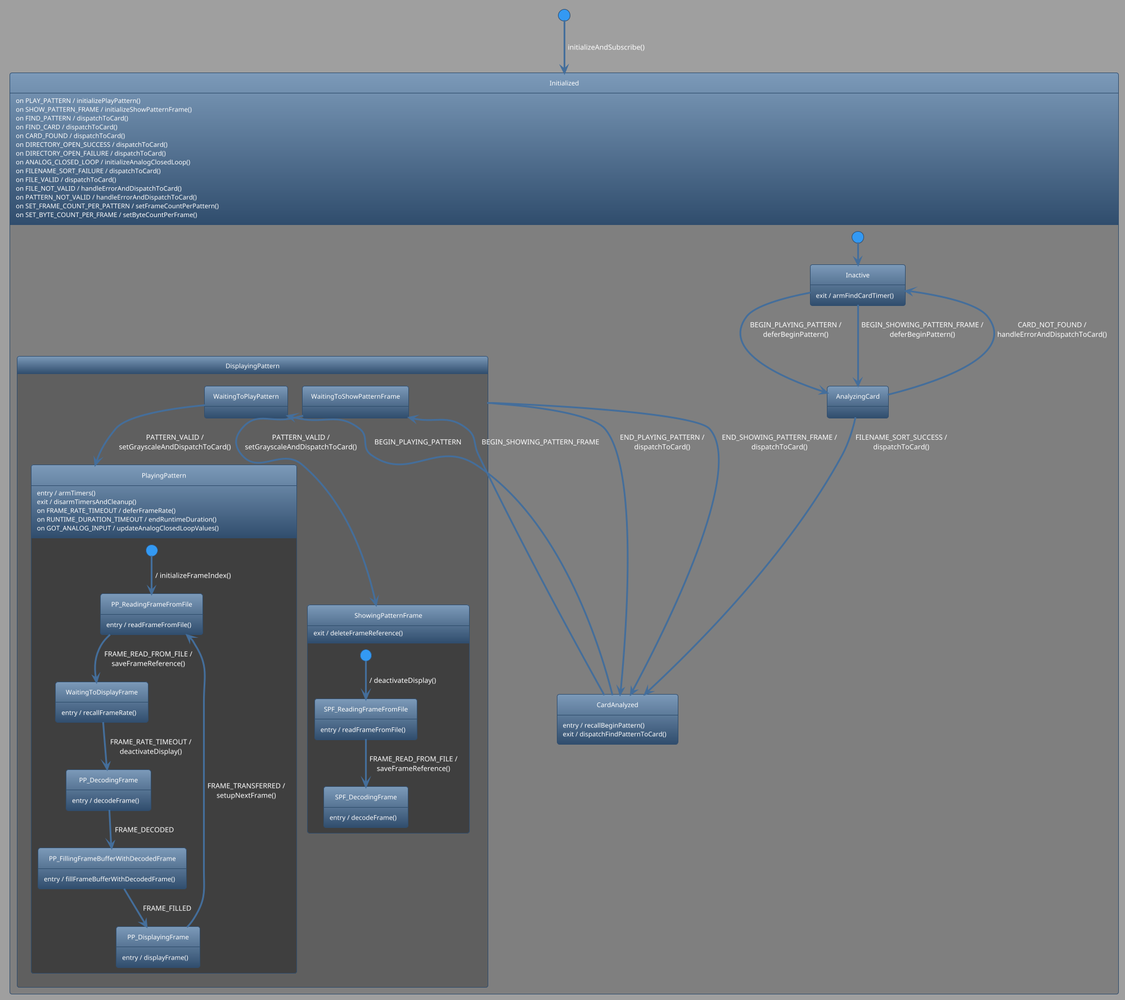
janelia-arduino/ArenaController keeps this PlantUML diagram as documentation/images/state-diagram-pattern.png. Above is the earlier version.
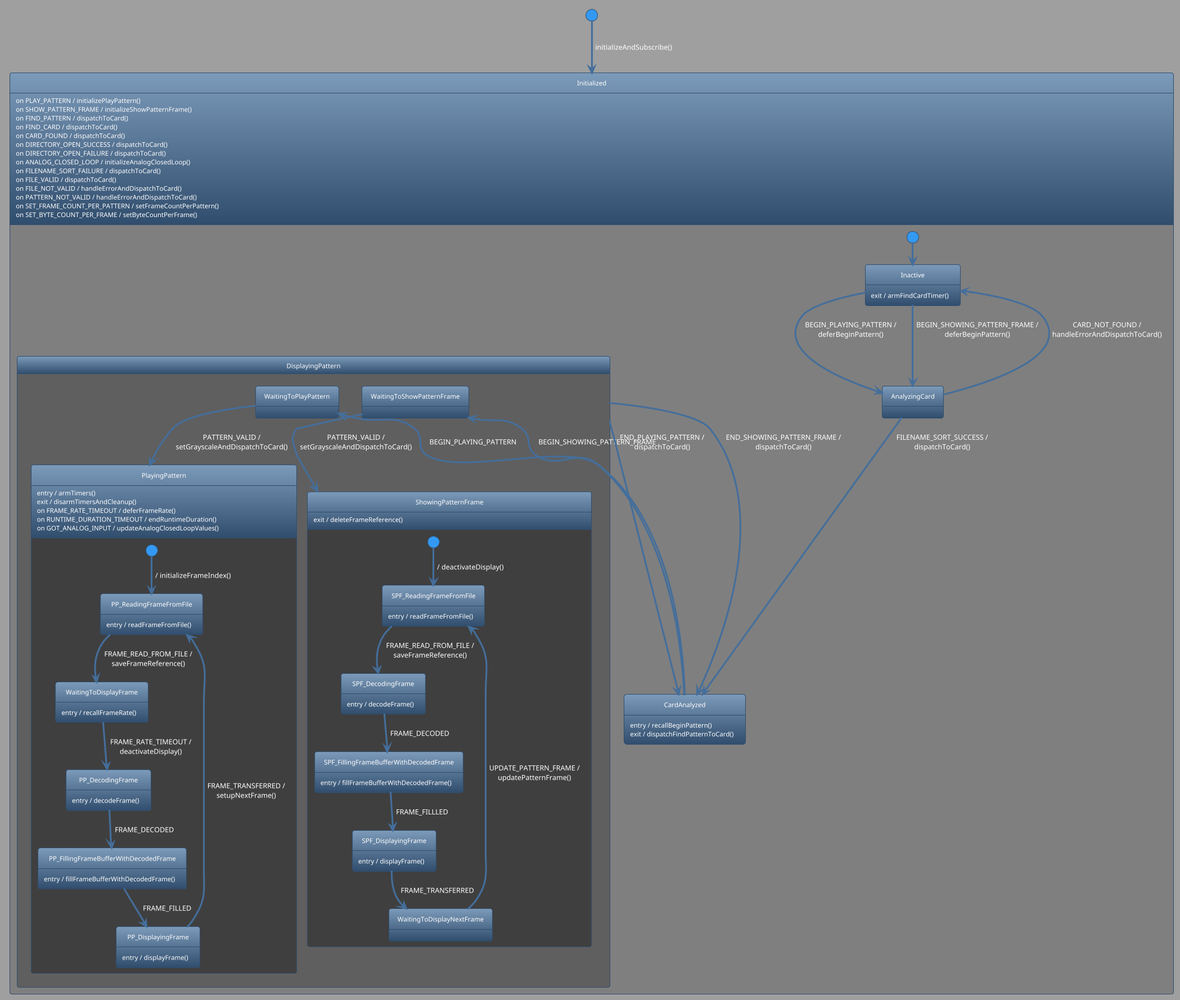
After the change.

Diff of the diagram source:
```diff
@@ -91,6 +91,18 @@
         SPF_DecodingFrame : entry / decodeFrame()
       }
       SPF_ReadingFrameFromFile --> SPF_DecodingFrame : FRAME_READ_FROM_FILE /\nsaveFrameReference()
+      state SPF_FillingFrameBufferWithDecodedFrame {
+        SPF_FillingFrameBufferWithDecodedFrame : entry / fillFrameBufferWithDecodedFrame()
+      }
+      SPF_DecodingFrame --> SPF_FillingFrameBufferWithDecodedFrame : FRAME_DECODED
+      state SPF_DisplayingFrame {
+        SPF_DisplayingFrame : entry / displayFrame()
+      }
+      SPF_FillingFrameBufferWithDecodedFrame --> SPF_DisplayingFrame : FRAME_FILLLED
+      state WaitingToDisplayNextFrame {
+      }
+      SPF_DisplayingFrame --> WaitingToDisplayNextFrame : FRAME_TRANSFERRED
+      WaitingToDisplayNextFrame --> SPF_ReadingFrameFromFile : UPDATE_PATTERN_FRAME /\nupdatePatternFrame()
     }
     WaitingToShowPatternFrame --> ShowingPatternFrame : PATTERN_VALID /\nsetGrayscaleAndDispatchToCard()
   }
```
